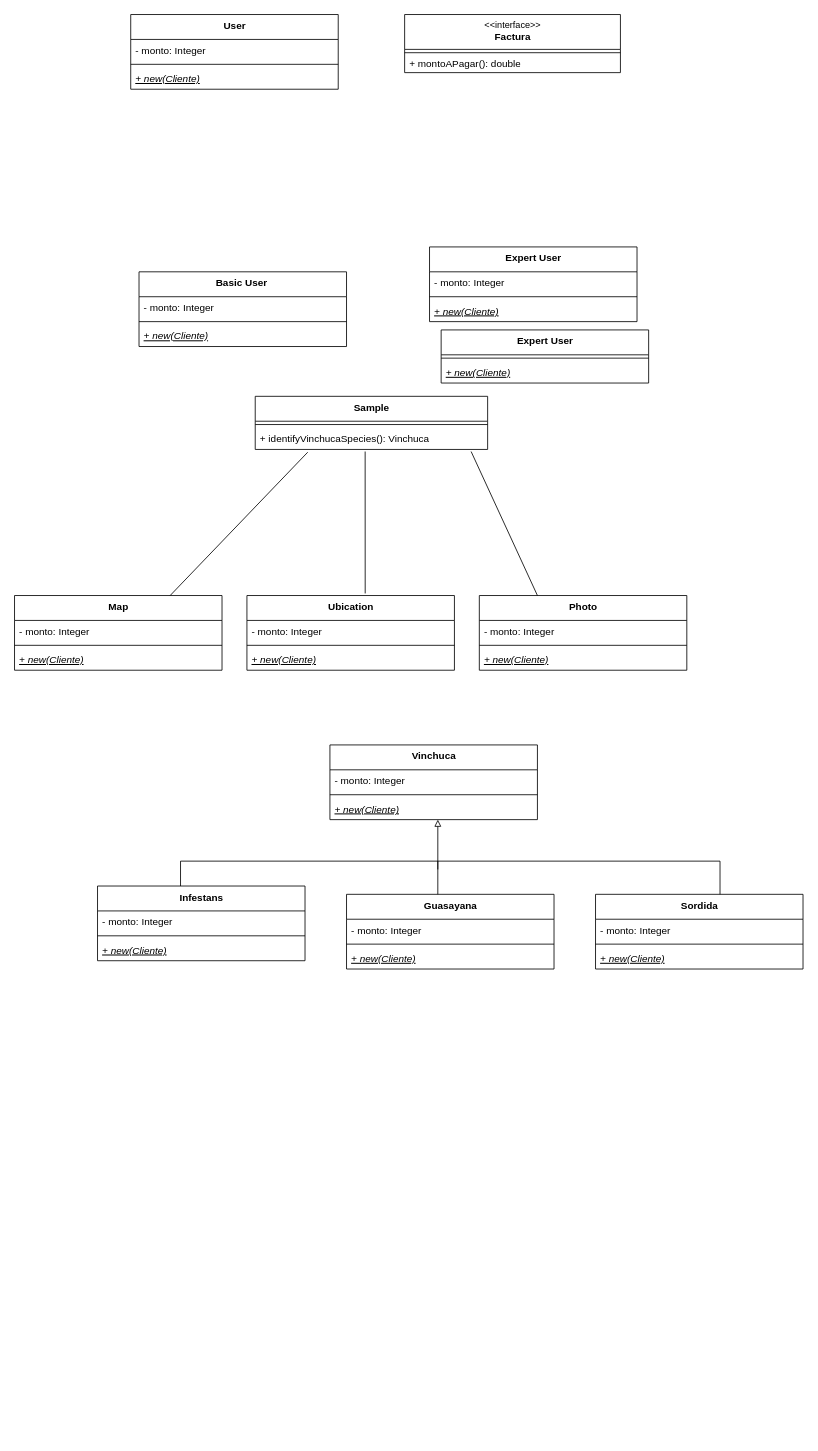
Above: documentacion/UML.drawio in dkippes/TP-Final-Objetos-2 (draw.io), before the change. Source tidied: cells renumbered, new cells numbered last; positions are measured from the earlier drawing's top-left corner, leaving out a move shared by most shapes. Both pictures are drawn from the tidied source at 83%, with x=0, y=0 at pixel (14, 14).
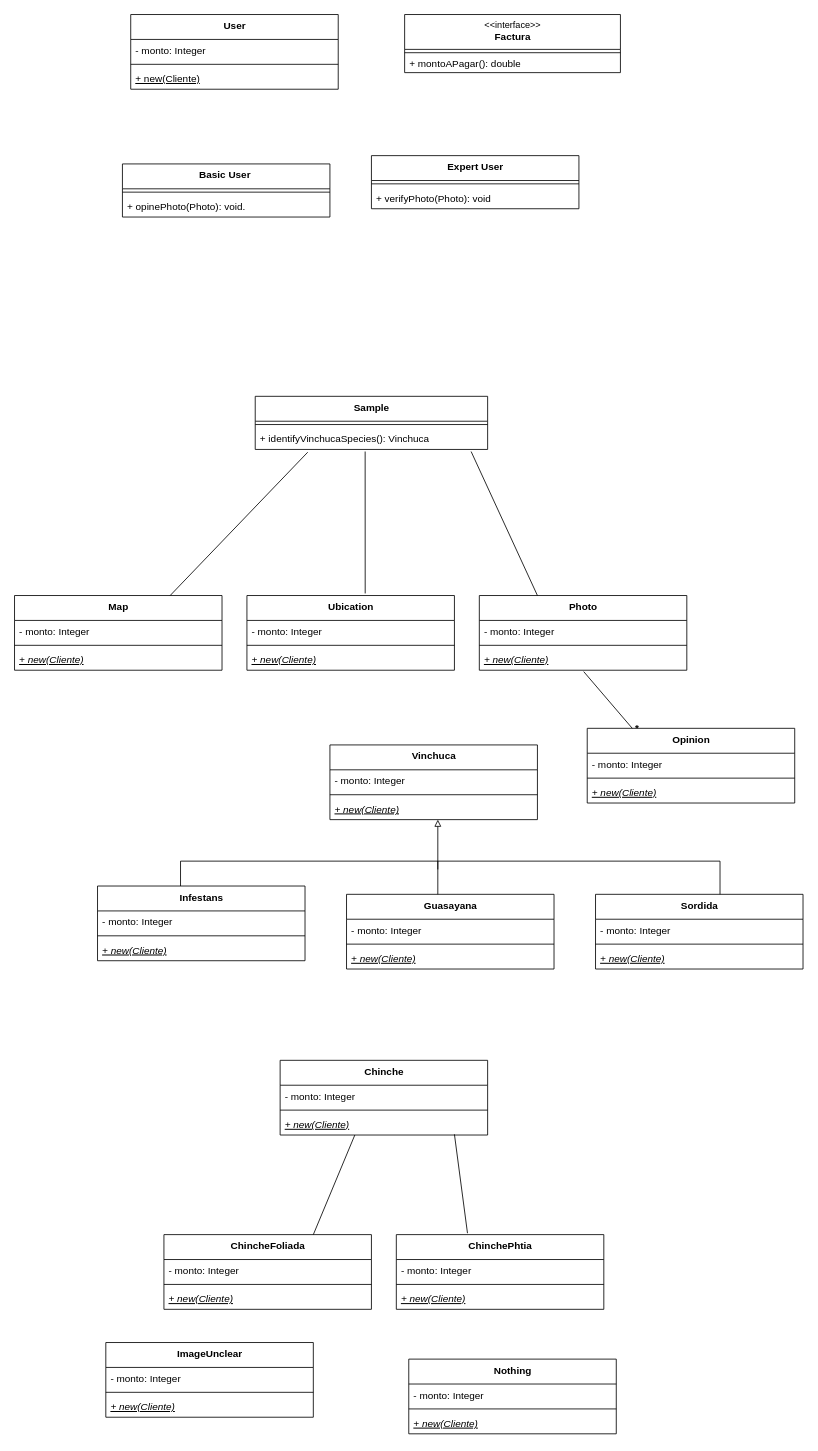
Above is the later version.

Unchanged cells that the change refers to:
```xml
<mxCell id="2" value="&lt;span style=&quot;font-size: 12px ; font-weight: 700&quot;&gt;User&lt;/span&gt;" style="swimlane;fontStyle=0;align=center;verticalAlign=top;horizontal=1;startSize=30;html=1;labelBackgroundColor=none;labelBorderColor=none;fontSize=11;" parent="1" vertex="1">
  <mxGeometry x="140" width="250" height="90" as="geometry" />
</mxCell>
<mxCell id="47" value="+ new(Cliente)" style="text;strokeColor=none;fillColor=none;align=left;verticalAlign=top;spacingLeft=4;spacingRight=4;overflow=hidden;points=[[0,0.5],[1,0.5]];portConstraint=eastwest;fontStyle=6;" parent="44" vertex="1">
  <mxGeometry y="64" width="250" height="26" as="geometry" />
</mxCell>
```

What changed in the source:
```diff
@@
-    <mxCell id="5" value="+ new(Cliente)" style="text;strokeColor=none;fillColor=none;align=left;verticalAlign=top;spacingLeft=4;spacingRight=4;overflow=hidden;fontStyle=6;" parent="2" vertex="1">
-      <mxGeometry y="64" width="250" height="26" as="geometry" />
-    </mxCell>
+    <mxCell id="59" value="+ new(Cliente)" style="text;strokeColor=none;fillColor=none;align=left;verticalAlign=top;spacingLeft=4;spacingRight=4;overflow=hidden;fontStyle=4;" parent="2" vertex="1">
+      <mxGeometry y="64" width="250" height="26" as="geometry" />
+    </mxCell>
@@
     <mxCell id="12" value="&lt;span style=&quot;font-size: 12px;&quot;&gt;&lt;b&gt;Basic User&amp;nbsp;&lt;/b&gt;&lt;/span&gt;" style="swimlane;fontStyle=0;align=center;verticalAlign=top;horizontal=1;startSize=30;html=1;labelBackgroundColor=none;labelBorderColor=none;fontSize=11;" parent="1" vertex="1">
-      <mxGeometry x="150" y="310" width="250" height="90" as="geometry" />
+      <mxGeometry x="130" y="180" width="250" height="64" as="geometry" />
     </mxCell>
-    <mxCell id="13" value="- monto: Integer" style="text;strokeColor=none;fillColor=none;align=left;verticalAlign=top;spacingLeft=4;spacingRight=4;overflow=hidden;" parent="12" vertex="1">
-      <mxGeometry y="30" width="250" height="26" as="geometry" />
-    </mxCell>
     <mxCell id="14" style="line;strokeWidth=1;fillColor=none;align=left;verticalAlign=middle;spacingTop=-1;spacingLeft=3;spacingRight=3;labelPosition=right;labelBackgroundColor=none;labelBorderColor=none;fontSize=11;html=1;" parent="12" vertex="1">
-      <mxGeometry y="56" width="250" height="8" as="geometry" />
+      <mxGeometry y="30" width="250" height="8" as="geometry" />
     </mxCell>
-    <mxCell id="15" value="+ new(Cliente)" style="text;strokeColor=none;fillColor=none;align=left;verticalAlign=top;spacingLeft=4;spacingRight=4;overflow=hidden;fontStyle=6;" parent="12" vertex="1">
-      <mxGeometry y="64" width="250" height="26" as="geometry" />
+    <mxCell id="15" value="+ opinePhoto(Photo): void." style="text;strokeColor=none;fillColor=none;align=left;verticalAlign=top;spacingLeft=4;spacingRight=4;overflow=hidden;fontStyle=0;" parent="12" vertex="1">
+      <mxGeometry y="38" width="250" height="26" as="geometry" />
     </mxCell>
     <mxCell id="16" value="&lt;span style=&quot;font-size: 12px;&quot;&gt;&lt;b&gt;Expert User&lt;/b&gt;&lt;/span&gt;" style="swimlane;fontStyle=0;align=center;verticalAlign=top;horizontal=1;startSize=30;html=1;labelBackgroundColor=none;labelBorderColor=none;fontSize=11;" parent="1" vertex="1">
-      <mxGeometry x="500" y="280" width="250" height="90" as="geometry" />
+      <mxGeometry x="430" y="170" width="250" height="64" as="geometry" />
     </mxCell>
-    <mxCell id="17" value="- monto: Integer" style="text;strokeColor=none;fillColor=none;align=left;verticalAlign=top;spacingLeft=4;spacingRight=4;overflow=hidden;" parent="16" vertex="1">
-      <mxGeometry y="30" width="250" height="26" as="geometry" />
-    </mxCell>
     <mxCell id="18" style="line;strokeWidth=1;fillColor=none;align=left;verticalAlign=middle;spacingTop=-1;spacingLeft=3;spacingRight=3;labelPosition=right;labelBackgroundColor=none;labelBorderColor=none;fontSize=11;html=1;" parent="16" vertex="1">
-      <mxGeometry y="56" width="250" height="8" as="geometry" />
+      <mxGeometry y="30" width="250" height="8" as="geometry" />
     </mxCell>
-    <mxCell id="19" value="+ new(Cliente)" style="text;strokeColor=none;fillColor=none;align=left;verticalAlign=top;spacingLeft=4;spacingRight=4;overflow=hidden;fontStyle=6;" parent="16" vertex="1">
-      <mxGeometry y="64" width="250" height="26" as="geometry" />
-    </mxCell>
+    <mxCell id="60" value="+ verifyPhoto(Photo): void" style="text;strokeColor=none;fillColor=none;align=left;verticalAlign=top;spacingLeft=4;spacingRight=4;overflow=hidden;fontStyle=0;" parent="16" vertex="1">
+      <mxGeometry y="38" width="250" height="26" as="geometry" />
+    </mxCell>
@@
-    <mxCell id="36" value="&lt;span style=&quot;font-size: 12px;&quot;&gt;&lt;b&gt;Expert User&lt;/b&gt;&lt;/span&gt;" style="swimlane;fontStyle=0;align=center;verticalAlign=top;horizontal=1;startSize=30;html=1;labelBackgroundColor=none;labelBorderColor=none;fontSize=11;" parent="1" vertex="1">
-      <mxGeometry x="514" y="380" width="250" height="64" as="geometry" />
-    </mxCell>
-    <mxCell id="37" style="line;strokeWidth=1;fillColor=none;align=left;verticalAlign=middle;spacingTop=-1;spacingLeft=3;spacingRight=3;labelPosition=right;labelBackgroundColor=none;labelBorderColor=none;fontSize=11;html=1;" parent="36" vertex="1">
-      <mxGeometry y="30" width="250" height="8" as="geometry" />
-    </mxCell>
-    <mxCell id="38" value="+ new(Cliente)" style="text;strokeColor=none;fillColor=none;align=left;verticalAlign=top;spacingLeft=4;spacingRight=4;overflow=hidden;fontStyle=6;" parent="36" vertex="1">
-      <mxGeometry y="38" width="250" height="26" as="geometry" />
-    </mxCell>
@@
+    <mxCell id="61" value="&lt;span style=&quot;font-size: 12px;&quot;&gt;&lt;b&gt;ChinchePhtia&lt;/b&gt;&lt;/span&gt;" style="swimlane;fontStyle=0;align=center;verticalAlign=top;horizontal=1;startSize=30;html=1;labelBackgroundColor=none;labelBorderColor=none;fontSize=11;" parent="1" vertex="1">
+      <mxGeometry x="460" y="1470" width="250" height="90" as="geometry" />
+    </mxCell>
+    <mxCell id="62" value="- monto: Integer" style="text;strokeColor=none;fillColor=none;align=left;verticalAlign=top;spacingLeft=4;spacingRight=4;overflow=hidden;" parent="61" vertex="1">
+      <mxGeometry y="30" width="250" height="26" as="geometry" />
+    </mxCell>
+    <mxCell id="63" style="line;strokeWidth=1;fillColor=none;align=left;verticalAlign=middle;spacingTop=-1;spacingLeft=3;spacingRight=3;labelPosition=right;labelBackgroundColor=none;labelBorderColor=none;fontSize=11;html=1;" parent="61" vertex="1">
+      <mxGeometry y="56" width="250" height="8" as="geometry" />
+    </mxCell>
+    <mxCell id="64" value="+ new(Cliente)" style="text;strokeColor=none;fillColor=none;align=left;verticalAlign=top;spacingLeft=4;spacingRight=4;overflow=hidden;fontStyle=6;" parent="61" vertex="1">
+      <mxGeometry y="64" width="250" height="26" as="geometry" />
+    </mxCell>
+    <mxCell id="65" value="&lt;span style=&quot;font-size: 12px;&quot;&gt;&lt;b&gt;ChincheFoliada&lt;/b&gt;&lt;/span&gt;" style="swimlane;fontStyle=0;align=center;verticalAlign=top;horizontal=1;startSize=30;html=1;labelBackgroundColor=none;labelBorderColor=none;fontSize=11;" parent="1" vertex="1">
+      <mxGeometry x="180" y="1470" width="250" height="90" as="geometry" />
+    </mxCell>
+    <mxCell id="66" value="- monto: Integer" style="text;strokeColor=none;fillColor=none;align=left;verticalAlign=top;spacingLeft=4;spacingRight=4;overflow=hidden;" parent="65" vertex="1">
+      <mxGeometry y="30" width="250" height="26" as="geometry" />
+    </mxCell>
+    <mxCell id="67" style="line;strokeWidth=1;fillColor=none;align=left;verticalAlign=middle;spacingTop=-1;spacingLeft=3;spacingRight=3;labelPosition=right;labelBackgroundColor=none;labelBorderColor=none;fontSize=11;html=1;" parent="65" vertex="1">
+      <mxGeometry y="56" width="250" height="8" as="geometry" />
+    </mxCell>
+    <mxCell id="68" value="+ new(Cliente)" style="text;strokeColor=none;fillColor=none;align=left;verticalAlign=top;spacingLeft=4;spacingRight=4;overflow=hidden;fontStyle=6;" parent="65" vertex="1">
+      <mxGeometry y="64" width="250" height="26" as="geometry" />
+    </mxCell>
+    <mxCell id="69" value="&lt;span style=&quot;font-size: 12px;&quot;&gt;&lt;b&gt;Chinche&lt;/b&gt;&lt;/span&gt;" style="swimlane;fontStyle=0;align=center;verticalAlign=top;horizontal=1;startSize=30;html=1;labelBackgroundColor=none;labelBorderColor=none;fontSize=11;" parent="1" vertex="1">
+      <mxGeometry x="320" y="1260" width="250" height="90" as="geometry" />
+    </mxCell>
+    <mxCell id="70" value="- monto: Integer" style="text;strokeColor=none;fillColor=none;align=left;verticalAlign=top;spacingLeft=4;spacingRight=4;overflow=hidden;" parent="69" vertex="1">
+      <mxGeometry y="30" width="250" height="26" as="geometry" />
+    </mxCell>
+    <mxCell id="71" style="line;strokeWidth=1;fillColor=none;align=left;verticalAlign=middle;spacingTop=-1;spacingLeft=3;spacingRight=3;labelPosition=right;labelBackgroundColor=none;labelBorderColor=none;fontSize=11;html=1;" parent="69" vertex="1">
+      <mxGeometry y="56" width="250" height="8" as="geometry" />
+    </mxCell>
+    <mxCell id="72" value="+ new(Cliente)" style="text;strokeColor=none;fillColor=none;align=left;verticalAlign=top;spacingLeft=4;spacingRight=4;overflow=hidden;points=[[0,0.5],[1,0.5]];portConstraint=eastwest;fontStyle=6;" parent="69" vertex="1">
+      <mxGeometry y="64" width="250" height="26" as="geometry" />
+    </mxCell>
+    <mxCell id="73" style="endArrow=none;html=1;rounded=0;entryX=0.36;entryY=1;entryDx=0;entryDy=0;entryPerimeter=0;exitX=0.72;exitY=0;exitDx=0;exitDy=0;exitPerimeter=0;" parent="1" edge="1" source="65" target="72">
+      <mxGeometry relative="1" as="geometry" />
+    </mxCell>
+    <mxCell id="74" style="endArrow=none;html=1;rounded=0;entryX=0.84;entryY=0.968;entryDx=0;entryDy=0;entryPerimeter=0;exitX=0.343;exitY=-0.019;exitDx=0;exitDy=0;exitPerimeter=0;" parent="1" edge="1" source="61" target="72">
+      <mxGeometry relative="1" as="geometry" />
+    </mxCell>
+    <mxCell id="75" value="&lt;span style=&quot;font-size: 12px;&quot;&gt;&lt;b&gt;Nothing&lt;/b&gt;&lt;/span&gt;" style="swimlane;fontStyle=0;align=center;verticalAlign=top;horizontal=1;startSize=30;html=1;labelBackgroundColor=none;labelBorderColor=none;fontSize=11;" parent="1" vertex="1">
+      <mxGeometry x="475" y="1620" width="250" height="90" as="geometry" />
+    </mxCell>
+    <mxCell id="76" value="- monto: Integer" style="text;strokeColor=none;fillColor=none;align=left;verticalAlign=top;spacingLeft=4;spacingRight=4;overflow=hidden;" parent="75" vertex="1">
+      <mxGeometry y="30" width="250" height="26" as="geometry" />
+    </mxCell>
+    <mxCell id="77" style="line;strokeWidth=1;fillColor=none;align=left;verticalAlign=middle;spacingTop=-1;spacingLeft=3;spacingRight=3;labelPosition=right;labelBackgroundColor=none;labelBorderColor=none;fontSize=11;html=1;" parent="75" vertex="1">
+      <mxGeometry y="56" width="250" height="8" as="geometry" />
+    </mxCell>
+    <mxCell id="78" value="+ new(Cliente)" style="text;strokeColor=none;fillColor=none;align=left;verticalAlign=top;spacingLeft=4;spacingRight=4;overflow=hidden;fontStyle=6;" parent="75" vertex="1">
+      <mxGeometry y="64" width="250" height="26" as="geometry" />
+    </mxCell>
+    <mxCell id="79" value="&lt;span style=&quot;font-size: 12px;&quot;&gt;&lt;b&gt;ImageUnclear&lt;/b&gt;&lt;/span&gt;" style="swimlane;fontStyle=0;align=center;verticalAlign=top;horizontal=1;startSize=30;html=1;labelBackgroundColor=none;labelBorderColor=none;fontSize=11;" parent="1" vertex="1">
+      <mxGeometry x="110" y="1600" width="250" height="90" as="geometry" />
+    </mxCell>
+    <mxCell id="80" value="- monto: Integer" style="text;strokeColor=none;fillColor=none;align=left;verticalAlign=top;spacingLeft=4;spacingRight=4;overflow=hidden;" parent="79" vertex="1">
+      <mxGeometry y="30" width="250" height="26" as="geometry" />
+    </mxCell>
+    <mxCell id="81" style="line;strokeWidth=1;fillColor=none;align=left;verticalAlign=middle;spacingTop=-1;spacingLeft=3;spacingRight=3;labelPosition=right;labelBackgroundColor=none;labelBorderColor=none;fontSize=11;html=1;" parent="79" vertex="1">
+      <mxGeometry y="56" width="250" height="8" as="geometry" />
+    </mxCell>
+    <mxCell id="82" value="+ new(Cliente)" style="text;strokeColor=none;fillColor=none;align=left;verticalAlign=top;spacingLeft=4;spacingRight=4;overflow=hidden;fontStyle=6;" parent="79" vertex="1">
+      <mxGeometry y="64" width="250" height="26" as="geometry" />
+    </mxCell>
+    <mxCell id="83" value="&lt;span style=&quot;font-size: 12px;&quot;&gt;&lt;b&gt;Opinion&lt;/b&gt;&lt;/span&gt;" style="swimlane;fontStyle=0;align=center;verticalAlign=top;horizontal=1;startSize=30;html=1;labelBackgroundColor=none;labelBorderColor=none;fontSize=11;" parent="1" vertex="1">
+      <mxGeometry x="690" y="860" width="250" height="90" as="geometry" />
+    </mxCell>
+    <mxCell id="84" value="- monto: Integer" style="text;strokeColor=none;fillColor=none;align=left;verticalAlign=top;spacingLeft=4;spacingRight=4;overflow=hidden;" parent="83" vertex="1">
+      <mxGeometry y="30" width="250" height="26" as="geometry" />
+    </mxCell>
+    <mxCell id="85" style="line;strokeWidth=1;fillColor=none;align=left;verticalAlign=middle;spacingTop=-1;spacingLeft=3;spacingRight=3;labelPosition=right;labelBackgroundColor=none;labelBorderColor=none;fontSize=11;html=1;" parent="83" vertex="1">
+      <mxGeometry y="56" width="250" height="8" as="geometry" />
+    </mxCell>
+    <mxCell id="86" value="+ new(Cliente)" style="text;strokeColor=none;fillColor=none;align=left;verticalAlign=top;spacingLeft=4;spacingRight=4;overflow=hidden;fontStyle=6;" parent="83" vertex="1">
+      <mxGeometry y="64" width="250" height="26" as="geometry" />
+    </mxCell>
+    <mxCell id="87" style="endArrow=none;html=1;rounded=0;exitX=0.217;exitY=0;exitDx=0;exitDy=0;exitPerimeter=0;entryX=0.503;entryY=1.064;entryDx=0;entryDy=0;entryPerimeter=0;" parent="1" edge="1" source="83" target="47">
+      <mxGeometry relative="1" as="geometry" />
+    </mxCell>
+    <mxCell id="88" value="&lt;b&gt;*&lt;/b&gt;" style="text;html=1;align=center;verticalAlign=middle;strokeColor=none;fillColor=none;" parent="1" vertex="1">
+      <mxGeometry x="740" y="850" width="20" height="20" as="geometry" />
+    </mxCell>
```
